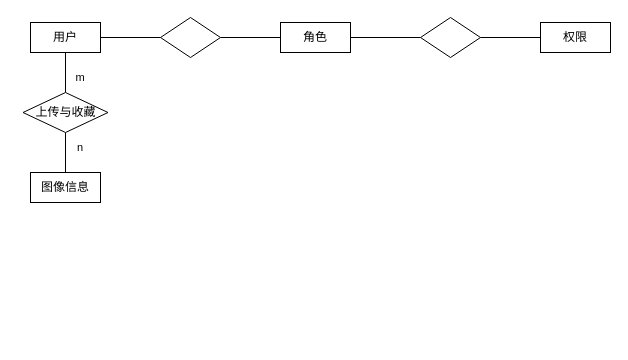
Earlier version of the draw.io diagram 数据表ER图.drawio (LiSoulSpace/GitBook). Source tidied: cells renumbered, new cells numbered last; positions are measured from the earlier drawing's top-left corner, leaving out a move shared by most shapes. Both pictures are drawn from the tidied source at 100%, with x=0, y=0 at pixel (22, 17).
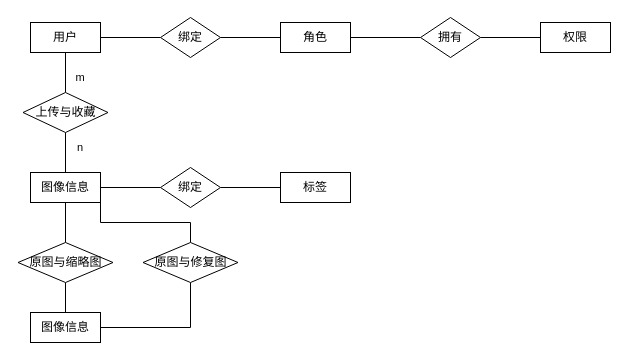
After the change.

Commit message (it also covers changes not shown here):
更新数据表ER图.drawio

The change refers to these unchanged cells:
```xml
<mxCell id="8" value="图像信息" style="rounded=0;whiteSpace=wrap;html=1;" parent="1" vertex="1">
  <mxGeometry x="8" y="155" width="70" height="30" as="geometry" />
</mxCell>
```

Diff of the diagram source:
```diff
@@
+    <mxCell id="17" style="edgeStyle=orthogonalEdgeStyle;shape=connector;rounded=0;jettySize=auto;html=1;entryX=0;entryY=0.5;entryDx=0;entryDy=0;labelBackgroundColor=default;strokeColor=default;fontFamily=Helvetica;fontSize=11;fontColor=default;endArrow=none;endFill=0;" parent="1" edge="1" source="8" target="22">
+      <mxGeometry relative="1" as="geometry" />
+    </mxCell>
+    <mxCell id="18" style="edgeStyle=orthogonalEdgeStyle;shape=connector;rounded=0;jettySize=auto;html=1;exitX=0.5;exitY=1;exitDx=0;exitDy=0;entryX=0.5;entryY=0;entryDx=0;entryDy=0;labelBackgroundColor=default;strokeColor=default;fontFamily=Helvetica;fontSize=11;fontColor=default;endArrow=none;endFill=0;" parent="1" edge="1" source="8" target="26">
+      <mxGeometry relative="1" as="geometry" />
+    </mxCell>
+    <mxCell id="19" style="edgeStyle=orthogonalEdgeStyle;shape=connector;rounded=0;jettySize=auto;html=1;exitX=1;exitY=1;exitDx=0;exitDy=0;entryX=0.5;entryY=0;entryDx=0;entryDy=0;labelBackgroundColor=default;strokeColor=default;fontFamily=Helvetica;fontSize=11;fontColor=default;endArrow=none;endFill=0;" parent="1" edge="1" source="8" target="27">
+      <mxGeometry relative="1" as="geometry" />
+    </mxCell>
@@
-    <mxCell id="10" style="rhombus;whiteSpace=wrap;html=1;" parent="1" vertex="1">
+    <mxCell id="10" value="绑定" style="rhombus;whiteSpace=wrap;html=1;" parent="1" vertex="1">
       <mxGeometry x="138" width="60" height="40" as="geometry" />
     </mxCell>
@@
-    <mxCell id="14" style="rhombus;whiteSpace=wrap;html=1;" parent="1" vertex="1">
+    <mxCell id="14" value="拥有" style="rhombus;whiteSpace=wrap;html=1;" parent="1" vertex="1">
       <mxGeometry x="398" width="60" height="40" as="geometry" />
     </mxCell>
@@
+    <mxCell id="20" style="edgeStyle=orthogonalEdgeStyle;shape=connector;rounded=0;jettySize=auto;html=1;exitX=0;exitY=0.5;exitDx=0;exitDy=0;entryX=1;entryY=0.5;entryDx=0;entryDy=0;labelBackgroundColor=default;strokeColor=default;fontFamily=Helvetica;fontSize=11;fontColor=default;endArrow=none;endFill=0;" parent="1" edge="1" source="21" target="22">
+      <mxGeometry relative="1" as="geometry" />
+    </mxCell>
+    <mxCell id="21" value="标签" style="rounded=0;whiteSpace=wrap;html=1;" parent="1" vertex="1">
+      <mxGeometry x="258" y="155" width="70" height="30" as="geometry" />
+    </mxCell>
+    <mxCell id="22" value="绑定" style="rhombus;whiteSpace=wrap;html=1;" parent="1" vertex="1">
+      <mxGeometry x="138" y="150" width="60" height="40" as="geometry" />
+    </mxCell>
+    <mxCell id="23" style="edgeStyle=orthogonalEdgeStyle;shape=connector;rounded=0;jettySize=auto;html=1;exitX=1;exitY=0.5;exitDx=0;exitDy=0;entryX=0.5;entryY=1;entryDx=0;entryDy=0;labelBackgroundColor=default;strokeColor=default;fontFamily=Helvetica;fontSize=11;fontColor=default;endArrow=none;endFill=0;" parent="1" edge="1" source="24" target="27">
+      <mxGeometry relative="1" as="geometry" />
+    </mxCell>
+    <mxCell id="24" value="图像信息" style="rounded=0;whiteSpace=wrap;html=1;" parent="1" vertex="1">
+      <mxGeometry x="8" y="295" width="70" height="30" as="geometry" />
+    </mxCell>
+    <mxCell id="25" style="edgeStyle=orthogonalEdgeStyle;shape=connector;rounded=0;jettySize=auto;html=1;exitX=0.5;exitY=1;exitDx=0;exitDy=0;entryX=0.5;entryY=0;entryDx=0;entryDy=0;labelBackgroundColor=default;strokeColor=default;fontFamily=Helvetica;fontSize=11;fontColor=default;endArrow=none;endFill=0;" parent="1" edge="1" source="26" target="24">
+      <mxGeometry relative="1" as="geometry" />
+    </mxCell>
+    <mxCell id="26" value="原图与缩略图" style="rhombus;whiteSpace=wrap;html=1;" parent="1" vertex="1">
+      <mxGeometry x="-4.5" y="225" width="95" height="40" as="geometry" />
+    </mxCell>
+    <mxCell id="27" value="原图与修复图" style="rhombus;whiteSpace=wrap;html=1;" parent="1" vertex="1">
+      <mxGeometry x="120.5" y="225" width="95" height="40" as="geometry" />
+    </mxCell>
```
